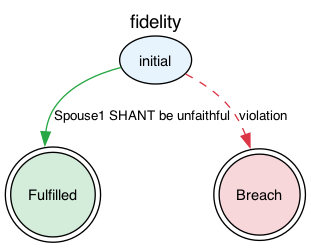
Earlier version of the Graphviz export jl4/examples/state-graphs/fidelity.png (legalese/l4-ide). Its source is kept beside it as jl4/examples/state-graphs/fidelity.dot. Source of this version:
```dot
digraph {
    graph [rankdir=TB
          ,label=fidelity
          ,labelloc=t
          ,fontname=Helvetica
          ,fontsize=14];
    node [fontname=Helvetica
         ,fontsize=11];
    edge [fontname=Helvetica
         ,fontsize=10];
    0 [label=initial
      ,fillcolor=white
      ,style=filled
      ,shape=ellipse
      ,fillcolor="#e8f4fd"];
    1 [label=Fulfilled
      ,fillcolor=white
      ,style=filled
      ,shape=doublecircle
      ,fillcolor="#d4edda"];
    2 [label=Breach
      ,fillcolor=white
      ,style=filled
      ,shape=doublecircle
      ,fillcolor="#f8d7da"];
    0 -> 1 [label="Spouse1 SHANT be unfaithful"
           ,color="#28a745"
           ,style=solid];
    0 -> 2 [label=violation
           ,color="#dc3545"
           ,style=dashed];
}
```
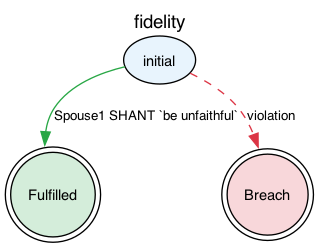
After the commit.

The edit, as a diff of the source:
```diff
@@ -23,7 +23,7 @@
       ,style=filled
       ,shape=doublecircle
       ,fillcolor="#f8d7da"];
-    0 -> 1 [label="Spouse1 SHANT be unfaithful"
+    0 -> 1 [label="Spouse1 SHANT `be unfaithful`"
            ,color="#28a745"
            ,style=solid];
     0 -> 2 [label=violation
```
